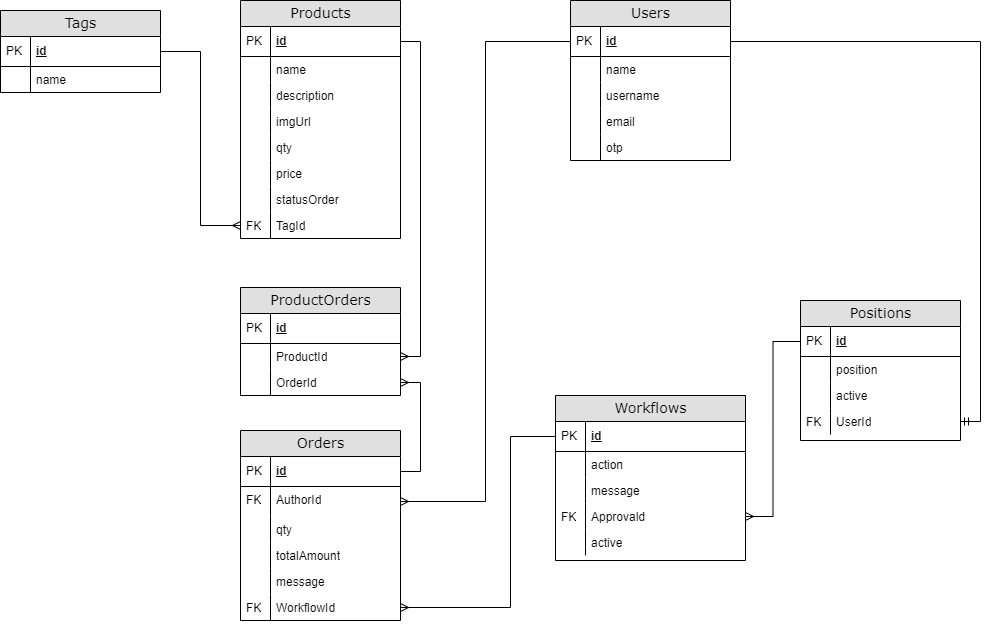
Earlier version of the draw.io export ERD.png (apra-saputra/restapi-express-api). Source tidied: cells renumbered, new cells last; positions are measured from the earlier drawing's top-left corner, leaving out a move shared by most shapes.
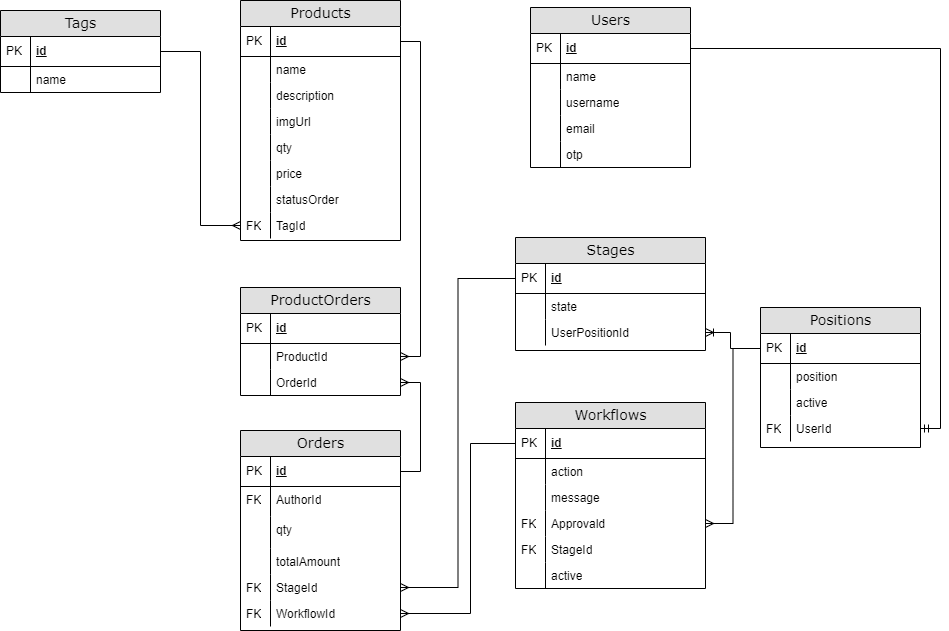
After the change.

Commit message:
new order and rework schema

The edit, as a diff of the source:
```diff
@@ -3,7 +3,7 @@
     <mxCell id="0" />
     <mxCell id="1" parent="0" />
     <mxCell id="2" value="Products" style="swimlane;html=1;fontStyle=0;horizontal=1;startSize=26;fillColor=#e0e0e0;swimlaneFillColor=#ffffff;align=center;rounded=0;shadow=0;comic=0;labelBackgroundColor=none;strokeWidth=1;fontFamily=Verdana;fontSize=14;fontColor=#000000;" parent="1" vertex="1">
-      <mxGeometry x="240" width="160" height="238" as="geometry" />
+      <mxGeometry x="240" width="160" height="240" as="geometry" />
     </mxCell>
     <mxCell id="3" value="id" style="shape=partialRectangle;top=0;left=0;right=0;bottom=1;html=1;align=left;verticalAlign=middle;fillColor=none;spacingLeft=34;spacingRight=4;whiteSpace=wrap;overflow=hidden;points=[[0,0.5],[1,0.5]];portConstraint=eastwest;fontStyle=5;fontColor=#000000;" parent="2" vertex="1">
       <mxGeometry y="26" width="160" height="30" as="geometry" />
@@ -77,7 +77,7 @@
       </mxGeometry>
     </mxCell>
     <mxCell id="25" value="Orders" style="swimlane;html=1;fontStyle=0;horizontal=1;startSize=26;fillColor=#e0e0e0;swimlaneFillColor=#ffffff;align=center;rounded=0;shadow=0;comic=0;labelBackgroundColor=none;strokeWidth=1;fontFamily=Verdana;fontSize=14;fontColor=#000000;" parent="1" vertex="1">
-      <mxGeometry x="240" y="430" width="160" height="190" as="geometry" />
+      <mxGeometry x="240" y="430" width="160" height="200" as="geometry" />
     </mxCell>
     <mxCell id="26" value="id" style="shape=partialRectangle;top=0;left=0;right=0;bottom=1;html=1;align=left;verticalAlign=middle;fillColor=none;spacingLeft=34;spacingRight=4;whiteSpace=wrap;overflow=hidden;points=[[0,0.5],[1,0.5]];portConstraint=eastwest;fontStyle=5;fontColor=#000000;" parent="25" vertex="1">
       <mxGeometry y="26" width="160" height="30" as="geometry" />
@@ -92,31 +92,31 @@
       <mxGeometry width="30" height="30" as="geometry" />
     </mxCell>
     <mxCell id="30" value="qty" style="shape=partialRectangle;top=0;left=0;right=0;bottom=0;html=1;align=left;verticalAlign=top;fillColor=none;spacingLeft=34;spacingRight=4;whiteSpace=wrap;overflow=hidden;fontColor=#000000;" parent="25" vertex="1">
-      <mxGeometry y="86" width="160" height="26" as="geometry" />
+      <mxGeometry y="86" width="160" height="32" as="geometry" />
     </mxCell>
     <mxCell id="31" style="shape=partialRectangle;top=0;left=0;bottom=0;html=1;fillColor=none;align=left;verticalAlign=top;spacingLeft=4;spacingRight=4;whiteSpace=wrap;overflow=hidden;fontColor=#000000;" parent="30" vertex="1">
-      <mxGeometry width="30" height="26" as="geometry" />
+      <mxGeometry width="30" height="32" as="geometry" />
     </mxCell>
     <mxCell id="32" value="totalAmount" style="shape=partialRectangle;top=0;left=0;right=0;bottom=0;html=1;align=left;verticalAlign=top;fillColor=none;spacingLeft=34;spacingRight=4;whiteSpace=wrap;overflow=hidden;fontColor=#000000;" parent="25" vertex="1">
-      <mxGeometry y="112" width="160" height="26" as="geometry" />
+      <mxGeometry y="118" width="160" height="26" as="geometry" />
     </mxCell>
     <mxCell id="33" style="shape=partialRectangle;top=0;left=0;bottom=0;html=1;fillColor=none;align=left;verticalAlign=top;spacingLeft=4;spacingRight=4;whiteSpace=wrap;overflow=hidden;fontColor=#000000;" parent="32" vertex="1">
       <mxGeometry width="30" height="26" as="geometry" />
     </mxCell>
-    <mxCell id="34" value="message" style="shape=partialRectangle;top=0;left=0;right=0;bottom=0;html=1;align=left;verticalAlign=top;fillColor=none;spacingLeft=34;spacingRight=4;whiteSpace=wrap;overflow=hidden;fontColor=#000000;" parent="25" vertex="1">
-      <mxGeometry y="138" width="160" height="26" as="geometry" />
-    </mxCell>
-    <mxCell id="35" style="shape=partialRectangle;top=0;left=0;bottom=0;html=1;fillColor=none;align=left;verticalAlign=top;spacingLeft=4;spacingRight=4;whiteSpace=wrap;overflow=hidden;fontColor=#000000;" parent="34" vertex="1">
-      <mxGeometry width="30" height="26" as="geometry" />
-    </mxCell>
+    <mxCell id="82" value="StageId" style="shape=partialRectangle;top=0;left=0;right=0;bottom=0;html=1;align=left;verticalAlign=top;fillColor=none;spacingLeft=34;spacingRight=4;whiteSpace=wrap;overflow=hidden;points=[[0,0.5],[1,0.5]];portConstraint=eastwest;fontColor=#000000;" parent="25" vertex="1">
+      <mxGeometry y="144" width="160" height="26" as="geometry" />
+    </mxCell>
+    <mxCell id="83" value="FK" style="shape=partialRectangle;top=0;left=0;bottom=0;html=1;fillColor=none;align=left;verticalAlign=top;spacingLeft=4;spacingRight=4;whiteSpace=wrap;overflow=hidden;fontColor=#000000;" parent="82" vertex="1">
+      <mxGeometry width="30" height="26" as="geometry" />
+    </mxCell>
     <mxCell id="36" value="WorkflowId" style="shape=partialRectangle;top=0;left=0;right=0;bottom=0;html=1;align=left;verticalAlign=top;fillColor=none;spacingLeft=34;spacingRight=4;whiteSpace=wrap;overflow=hidden;points=[[0,0.5],[1,0.5]];portConstraint=eastwest;fontColor=#000000;" parent="25" vertex="1">
-      <mxGeometry y="164" width="160" height="26" as="geometry" />
+      <mxGeometry y="170" width="160" height="26" as="geometry" />
     </mxCell>
     <mxCell id="37" value="FK" style="shape=partialRectangle;top=0;left=0;bottom=0;html=1;fillColor=none;align=left;verticalAlign=top;spacingLeft=4;spacingRight=4;whiteSpace=wrap;overflow=hidden;fontColor=#000000;" parent="36" vertex="1">
       <mxGeometry width="30" height="26" as="geometry" />
     </mxCell>
     <mxCell id="38" value="Users" style="swimlane;html=1;fontStyle=0;horizontal=1;startSize=26;fillColor=#e0e0e0;swimlaneFillColor=#ffffff;align=center;rounded=0;shadow=0;comic=0;labelBackgroundColor=none;strokeWidth=1;fontFamily=Verdana;fontSize=14;fontColor=#000000;" parent="1" vertex="1">
-      <mxGeometry x="570" width="160" height="160" as="geometry" />
+      <mxGeometry x="530" y="7" width="160" height="160" as="geometry" />
     </mxCell>
     <mxCell id="39" value="id" style="shape=partialRectangle;top=0;left=0;right=0;bottom=1;html=1;align=left;verticalAlign=middle;fillColor=none;spacingLeft=34;spacingRight=4;whiteSpace=wrap;overflow=hidden;points=[[0,0.5],[1,0.5]];portConstraint=eastwest;fontStyle=5;fontColor=#000000;" parent="38" vertex="1">
       <mxGeometry y="26" width="160" height="30" as="geometry" />
@@ -149,7 +149,7 @@
       <mxGeometry width="30" height="26" as="geometry" />
     </mxCell>
     <mxCell id="49" value="Workflows" style="swimlane;html=1;fontStyle=0;horizontal=1;startSize=26;fillColor=#e0e0e0;swimlaneFillColor=#ffffff;align=center;rounded=0;shadow=0;comic=0;labelBackgroundColor=none;strokeWidth=1;fontFamily=Verdana;fontSize=14;fontColor=#000000;" parent="1" vertex="1">
-      <mxGeometry x="555" y="395" width="190" height="165" as="geometry" />
+      <mxGeometry x="515" y="402" width="190" height="186" as="geometry" />
     </mxCell>
     <mxCell id="50" value="id" style="shape=partialRectangle;top=0;left=0;right=0;bottom=1;html=1;align=left;verticalAlign=middle;fillColor=none;spacingLeft=34;spacingRight=4;whiteSpace=wrap;overflow=hidden;points=[[0,0.5],[1,0.5]];portConstraint=eastwest;fontStyle=5;fontColor=#000000;" parent="49" vertex="1">
       <mxGeometry y="26" width="190" height="30" as="geometry" />
@@ -175,14 +175,20 @@
     <mxCell id="57" value="FK" style="shape=partialRectangle;top=0;left=0;bottom=0;html=1;fillColor=none;align=left;verticalAlign=top;spacingLeft=4;spacingRight=4;whiteSpace=wrap;overflow=hidden;fontColor=#000000;" parent="56" vertex="1">
       <mxGeometry width="30" height="26" as="geometry" />
     </mxCell>
+    <mxCell id="84" value="StageId" style="shape=partialRectangle;top=0;left=0;right=0;bottom=0;html=1;align=left;verticalAlign=top;fillColor=none;spacingLeft=34;spacingRight=4;whiteSpace=wrap;overflow=hidden;fontColor=#000000;" parent="49" vertex="1">
+      <mxGeometry y="134" width="190" height="26" as="geometry" />
+    </mxCell>
+    <mxCell id="85" value="FK" style="shape=partialRectangle;top=0;left=0;bottom=0;html=1;fillColor=none;align=left;verticalAlign=top;spacingLeft=4;spacingRight=4;whiteSpace=wrap;overflow=hidden;fontColor=#000000;" parent="84" vertex="1">
+      <mxGeometry width="30" height="26" as="geometry" />
+    </mxCell>
     <mxCell id="58" value="active" style="shape=partialRectangle;top=0;left=0;right=0;bottom=0;html=1;align=left;verticalAlign=top;fillColor=none;spacingLeft=34;spacingRight=4;whiteSpace=wrap;overflow=hidden;fontColor=#000000;" parent="49" vertex="1">
-      <mxGeometry y="134" width="190" height="26" as="geometry" />
+      <mxGeometry y="160" width="190" height="26" as="geometry" />
     </mxCell>
     <mxCell id="59" style="shape=partialRectangle;top=0;left=0;bottom=0;html=1;fillColor=none;align=left;verticalAlign=top;spacingLeft=4;spacingRight=4;whiteSpace=wrap;overflow=hidden;fontColor=#000000;" parent="58" vertex="1">
       <mxGeometry width="30" height="26" as="geometry" />
     </mxCell>
     <mxCell id="60" value="Positions" style="swimlane;html=1;fontStyle=0;horizontal=1;startSize=26;fillColor=#e0e0e0;swimlaneFillColor=#ffffff;align=center;rounded=0;shadow=0;comic=0;labelBackgroundColor=none;strokeWidth=1;fontFamily=Verdana;fontSize=14;fontColor=#000000;" parent="1" vertex="1">
-      <mxGeometry x="800" y="300" width="160" height="140" as="geometry" />
+      <mxGeometry x="760" y="307" width="160" height="140" as="geometry" />
     </mxCell>
     <mxCell id="61" value="id" style="shape=partialRectangle;top=0;left=0;right=0;bottom=1;html=1;align=left;verticalAlign=middle;fillColor=none;spacingLeft=34;spacingRight=4;whiteSpace=wrap;overflow=hidden;points=[[0,0.5],[1,0.5]];portConstraint=eastwest;fontStyle=5;fontColor=#000000;" parent="60" vertex="1">
       <mxGeometry y="26" width="160" height="30" as="geometry" />
@@ -211,9 +217,6 @@
     <mxCell id="69" style="edgeStyle=orthogonalEdgeStyle;rounded=0;jettySize=auto;html=1;endArrow=ERmany;endFill=0;" parent="1" edge="1" source="61" target="56">
       <mxGeometry relative="1" as="geometry" />
     </mxCell>
-    <mxCell id="70" style="edgeStyle=orthogonalEdgeStyle;rounded=0;jettySize=auto;html=1;endArrow=ERmany;endFill=0;" parent="1" edge="1" source="39" target="28">
-      <mxGeometry relative="1" as="geometry" />
-    </mxCell>
     <mxCell id="71" style="edgeStyle=orthogonalEdgeStyle;rounded=0;jettySize=auto;html=1;entryX=1;entryY=0.5;entryDx=0;entryDy=0;endArrow=ERmandOne;endFill=0;" parent="1" edge="1" source="39" target="67">
       <mxGeometry relative="1" as="geometry" />
     </mxCell>
@@ -249,8 +252,8 @@
     <mxCell id="80" style="edgeStyle=orthogonalEdgeStyle;rounded=0;jettySize=auto;html=1;endArrow=ERmany;endFill=0;entryX=1;entryY=0.5;entryDx=0;entryDy=0;" parent="1" edge="1" source="50" target="36">
       <mxGeometry relative="1" as="geometry">
         <Array as="points">
-          <mxPoint x="510" y="436" />
-          <mxPoint x="510" y="607" />
+          <mxPoint x="470" y="443" />
+          <mxPoint x="470" y="613" />
         </Array>
       </mxGeometry>
     </mxCell>
@@ -262,5 +265,37 @@
         </Array>
       </mxGeometry>
     </mxCell>
+    <mxCell id="86" value="Stages" style="swimlane;html=1;fontStyle=0;horizontal=1;startSize=26;fillColor=#e0e0e0;swimlaneFillColor=#ffffff;align=center;rounded=0;shadow=0;comic=0;labelBackgroundColor=none;strokeWidth=1;fontFamily=Verdana;fontSize=14;fontColor=#000000;" parent="1" vertex="1">
+      <mxGeometry x="515" y="237" width="190" height="113" as="geometry" />
+    </mxCell>
+    <mxCell id="87" value="id" style="shape=partialRectangle;top=0;left=0;right=0;bottom=1;html=1;align=left;verticalAlign=middle;fillColor=none;spacingLeft=34;spacingRight=4;whiteSpace=wrap;overflow=hidden;points=[[0,0.5],[1,0.5]];portConstraint=eastwest;fontStyle=5;fontColor=#000000;" parent="86" vertex="1">
+      <mxGeometry y="26" width="190" height="30" as="geometry" />
+    </mxCell>
+    <mxCell id="88" value="PK" style="shape=partialRectangle;top=0;left=0;bottom=0;html=1;fillColor=none;align=left;verticalAlign=middle;spacingLeft=4;spacingRight=4;whiteSpace=wrap;overflow=hidden;fontColor=#000000;" parent="87" vertex="1">
+      <mxGeometry width="30" height="30" as="geometry" />
+    </mxCell>
+    <mxCell id="89" value="state" style="shape=partialRectangle;top=0;left=0;right=0;bottom=0;html=1;align=left;verticalAlign=top;fillColor=none;spacingLeft=34;spacingRight=4;whiteSpace=wrap;overflow=hidden;fontColor=#000000;" parent="86" vertex="1">
+      <mxGeometry y="56" width="190" height="26" as="geometry" />
+    </mxCell>
+    <mxCell id="90" style="shape=partialRectangle;top=0;left=0;bottom=0;html=1;fillColor=none;align=left;verticalAlign=top;spacingLeft=4;spacingRight=4;whiteSpace=wrap;overflow=hidden;fontColor=#000000;" parent="89" vertex="1">
+      <mxGeometry width="30" height="26" as="geometry" />
+    </mxCell>
+    <mxCell id="91" value="UserPositionId" style="shape=partialRectangle;top=0;left=0;right=0;bottom=0;html=1;align=left;verticalAlign=top;fillColor=none;spacingLeft=34;spacingRight=4;whiteSpace=wrap;overflow=hidden;points=[[0,0.5],[1,0.5]];portConstraint=eastwest;fontColor=#000000;" parent="86" vertex="1">
+      <mxGeometry y="82" width="190" height="26" as="geometry" />
+    </mxCell>
+    <mxCell id="92" style="shape=partialRectangle;top=0;left=0;bottom=0;html=1;fillColor=none;align=left;verticalAlign=top;spacingLeft=4;spacingRight=4;whiteSpace=wrap;overflow=hidden;fontColor=#000000;" parent="91" vertex="1">
+      <mxGeometry width="30" height="26" as="geometry" />
+    </mxCell>
+    <mxCell id="93" style="edgeStyle=orthogonalEdgeStyle;rounded=0;jettySize=auto;html=1;exitX=0;exitY=0.5;exitDx=0;exitDy=0;entryX=1;entryY=0.5;entryDx=0;entryDy=0;endArrow=ERoneToMany;endFill=0;" parent="1" edge="1" source="61" target="91">
+      <mxGeometry relative="1" as="geometry">
+        <Array as="points">
+          <mxPoint x="730" y="348" />
+          <mxPoint x="730" y="332" />
+        </Array>
+      </mxGeometry>
+    </mxCell>
+    <mxCell id="94" style="edgeStyle=orthogonalEdgeStyle;rounded=0;jettySize=auto;html=1;endArrow=ERmany;endFill=0;" parent="1" edge="1" source="87" target="82">
+      <mxGeometry relative="1" as="geometry" />
+    </mxCell>
   </root>
 </mxGraphModel>
```
